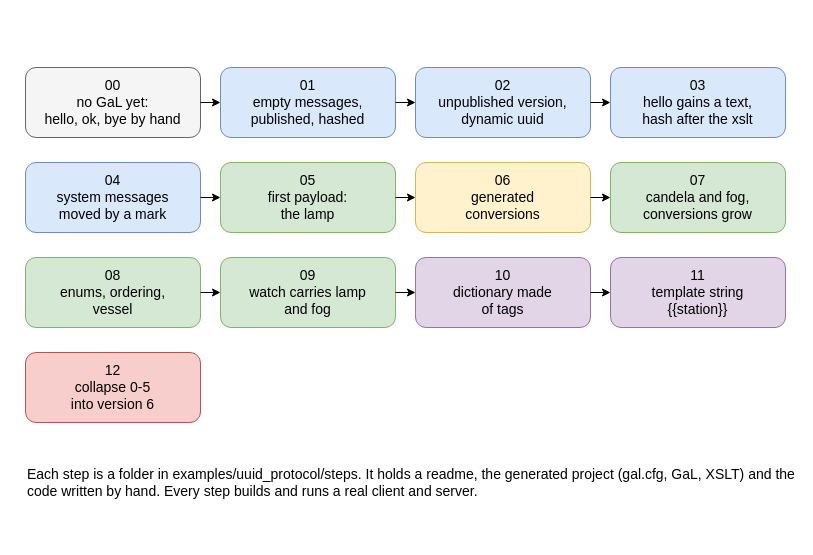
Earlier version of the draw.io diagram drawio/22_uuid_steps.drawio (goloveshin/galimatron_doc). Source tidied: cells renumbered, new cells numbered last; positions are measured from the earlier drawing's top-left corner, leaving out a move shared by most shapes. Both pictures are drawn from the tidied source at 100%, with x=0, y=0 at pixel (25, 67).
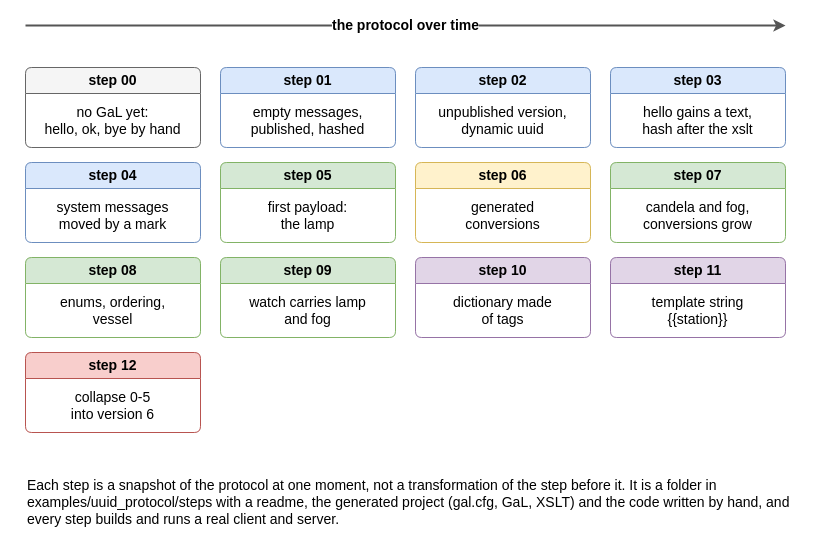
After the change.

The edit, as a diff of the source:
```diff
@@
+    <mxCell id="25" value="the protocol over time" style="endArrow=classic;html=1;strokeWidth=2;strokeColor=#555555;labelBackgroundColor=#ffffff;fontSize=14;fontStyle=1;edgeStyle=none;" parent="1" edge="1">
+      <mxGeometry relative="1" as="geometry">
+        <mxPoint y="-42" as="sourcePoint" />
+        <mxPoint x="760" y="-42" as="targetPoint" />
+      </mxGeometry>
+    </mxCell>
-    <mxCell id="2" value="00&lt;br&gt;no GaL yet:&lt;br&gt;hello, ok, bye by hand" style="rounded=1;whiteSpace=wrap;html=1;fillColor=#f5f5f5;strokeColor=#666666;fontSize=14;" parent="1" vertex="1">
-      <mxGeometry width="175" height="70" as="geometry" />
+    <mxCell id="2" value="step 00" style="swimlane;whiteSpace=wrap;html=1;rounded=1;arcSize=8;startSize=26;fillColor=#f5f5f5;strokeColor=#666666;swimlaneFillColor=#ffffff;fontStyle=1;fontSize=14;align=center;" parent="1" vertex="1">
+      <mxGeometry width="175" height="80" as="geometry" />
     </mxCell>
+    <mxCell id="26" value="no GaL yet:&lt;br&gt;hello, ok, bye by hand" style="text;html=1;whiteSpace=wrap;verticalAlign=middle;align=center;fontSize=14;" parent="2" vertex="1">
+      <mxGeometry y="26" width="175" height="54" as="geometry" />
+    </mxCell>
-    <mxCell id="3" value="01&lt;br&gt;empty messages,&lt;br&gt;published, hashed" style="rounded=1;whiteSpace=wrap;html=1;fillColor=#dae8fc;strokeColor=#6c8ebf;fontSize=14;" parent="1" vertex="1">
-      <mxGeometry x="195" width="175" height="70" as="geometry" />
+    <mxCell id="3" value="step 01" style="swimlane;whiteSpace=wrap;html=1;rounded=1;arcSize=8;startSize=26;fillColor=#dae8fc;strokeColor=#6c8ebf;swimlaneFillColor=#ffffff;fontStyle=1;fontSize=14;align=center;" parent="1" vertex="1">
+      <mxGeometry x="195" width="175" height="80" as="geometry" />
     </mxCell>
+    <mxCell id="27" value="empty messages,&lt;br&gt;published, hashed" style="text;html=1;whiteSpace=wrap;verticalAlign=middle;align=center;fontSize=14;" parent="3" vertex="1">
+      <mxGeometry y="26" width="175" height="54" as="geometry" />
+    </mxCell>
-    <mxCell id="4" value="02&lt;br&gt;unpublished version,&lt;br&gt;dynamic uuid" style="rounded=1;whiteSpace=wrap;html=1;fillColor=#dae8fc;strokeColor=#6c8ebf;fontSize=14;" parent="1" vertex="1">
-      <mxGeometry x="390" width="175" height="70" as="geometry" />
+    <mxCell id="4" value="step 02" style="swimlane;whiteSpace=wrap;html=1;rounded=1;arcSize=8;startSize=26;fillColor=#dae8fc;strokeColor=#6c8ebf;swimlaneFillColor=#ffffff;fontStyle=1;fontSize=14;align=center;" parent="1" vertex="1">
+      <mxGeometry x="390" width="175" height="80" as="geometry" />
     </mxCell>
+    <mxCell id="28" value="unpublished version,&lt;br&gt;dynamic uuid" style="text;html=1;whiteSpace=wrap;verticalAlign=middle;align=center;fontSize=14;" parent="4" vertex="1">
+      <mxGeometry y="26" width="175" height="54" as="geometry" />
+    </mxCell>
-    <mxCell id="5" value="03&lt;br&gt;hello gains a text,&lt;br&gt;hash after the xslt" style="rounded=1;whiteSpace=wrap;html=1;fillColor=#dae8fc;strokeColor=#6c8ebf;fontSize=14;" parent="1" vertex="1">
-      <mxGeometry x="585" width="175" height="70" as="geometry" />
+    <mxCell id="5" value="step 03" style="swimlane;whiteSpace=wrap;html=1;rounded=1;arcSize=8;startSize=26;fillColor=#dae8fc;strokeColor=#6c8ebf;swimlaneFillColor=#ffffff;fontStyle=1;fontSize=14;align=center;" parent="1" vertex="1">
+      <mxGeometry x="585" width="175" height="80" as="geometry" />
     </mxCell>
+    <mxCell id="29" value="hello gains a text,&lt;br&gt;hash after the xslt" style="text;html=1;whiteSpace=wrap;verticalAlign=middle;align=center;fontSize=14;" parent="5" vertex="1">
+      <mxGeometry y="26" width="175" height="54" as="geometry" />
+    </mxCell>
-    <mxCell id="6" value="04&lt;br&gt;system messages&lt;br&gt;moved by a mark" style="rounded=1;whiteSpace=wrap;html=1;fillColor=#dae8fc;strokeColor=#6c8ebf;fontSize=14;" parent="1" vertex="1">
-      <mxGeometry y="95" width="175" height="70" as="geometry" />
+    <mxCell id="6" value="step 04" style="swimlane;whiteSpace=wrap;html=1;rounded=1;arcSize=8;startSize=26;fillColor=#dae8fc;strokeColor=#6c8ebf;swimlaneFillColor=#ffffff;fontStyle=1;fontSize=14;align=center;" parent="1" vertex="1">
+      <mxGeometry y="95" width="175" height="80" as="geometry" />
     </mxCell>
+    <mxCell id="30" value="system messages&lt;br&gt;moved by a mark" style="text;html=1;whiteSpace=wrap;verticalAlign=middle;align=center;fontSize=14;" parent="6" vertex="1">
+      <mxGeometry y="26" width="175" height="54" as="geometry" />
+    </mxCell>
-    <mxCell id="7" value="05&lt;br&gt;first payload:&lt;br&gt;the lamp" style="rounded=1;whiteSpace=wrap;html=1;fillColor=#d5e8d4;strokeColor=#82b366;fontSize=14;" parent="1" vertex="1">
-      <mxGeometry x="195" y="95" width="175" height="70" as="geometry" />
+    <mxCell id="7" value="step 05" style="swimlane;whiteSpace=wrap;html=1;rounded=1;arcSize=8;startSize=26;fillColor=#d5e8d4;strokeColor=#82b366;swimlaneFillColor=#ffffff;fontStyle=1;fontSize=14;align=center;" parent="1" vertex="1">
+      <mxGeometry x="195" y="95" width="175" height="80" as="geometry" />
     </mxCell>
+    <mxCell id="31" value="first payload:&lt;br&gt;the lamp" style="text;html=1;whiteSpace=wrap;verticalAlign=middle;align=center;fontSize=14;" parent="7" vertex="1">
+      <mxGeometry y="26" width="175" height="54" as="geometry" />
+    </mxCell>
-    <mxCell id="8" value="06&lt;br&gt;generated&lt;br&gt;conversions" style="rounded=1;whiteSpace=wrap;html=1;fillColor=#fff2cc;strokeColor=#d6b656;fontSize=14;" parent="1" vertex="1">
-      <mxGeometry x="390" y="95" width="175" height="70" as="geometry" />
+    <mxCell id="8" value="step 06" style="swimlane;whiteSpace=wrap;html=1;rounded=1;arcSize=8;startSize=26;fillColor=#fff2cc;strokeColor=#d6b656;swimlaneFillColor=#ffffff;fontStyle=1;fontSize=14;align=center;" parent="1" vertex="1">
+      <mxGeometry x="390" y="95" width="175" height="80" as="geometry" />
     </mxCell>
+    <mxCell id="32" value="generated&lt;br&gt;conversions" style="text;html=1;whiteSpace=wrap;verticalAlign=middle;align=center;fontSize=14;" parent="8" vertex="1">
+      <mxGeometry y="26" width="175" height="54" as="geometry" />
+    </mxCell>
-    <mxCell id="9" value="07&lt;br&gt;candela and fog,&lt;br&gt;conversions grow" style="rounded=1;whiteSpace=wrap;html=1;fillColor=#d5e8d4;strokeColor=#82b366;fontSize=14;" parent="1" vertex="1">
-      <mxGeometry x="585" y="95" width="175" height="70" as="geometry" />
+    <mxCell id="9" value="step 07" style="swimlane;whiteSpace=wrap;html=1;rounded=1;arcSize=8;startSize=26;fillColor=#d5e8d4;strokeColor=#82b366;swimlaneFillColor=#ffffff;fontStyle=1;fontSize=14;align=center;" parent="1" vertex="1">
+      <mxGeometry x="585" y="95" width="175" height="80" as="geometry" />
     </mxCell>
+    <mxCell id="33" value="candela and fog,&lt;br&gt;conversions grow" style="text;html=1;whiteSpace=wrap;verticalAlign=middle;align=center;fontSize=14;" parent="9" vertex="1">
+      <mxGeometry y="26" width="175" height="54" as="geometry" />
+    </mxCell>
-    <mxCell id="10" value="08&lt;br&gt;enums, ordering,&lt;br&gt;vessel" style="rounded=1;whiteSpace=wrap;html=1;fillColor=#d5e8d4;strokeColor=#82b366;fontSize=14;" parent="1" vertex="1">
-      <mxGeometry y="190" width="175" height="70" as="geometry" />
+    <mxCell id="10" value="step 08" style="swimlane;whiteSpace=wrap;html=1;rounded=1;arcSize=8;startSize=26;fillColor=#d5e8d4;strokeColor=#82b366;swimlaneFillColor=#ffffff;fontStyle=1;fontSize=14;align=center;" parent="1" vertex="1">
+      <mxGeometry y="190" width="175" height="80" as="geometry" />
     </mxCell>
+    <mxCell id="34" value="enums, ordering,&lt;br&gt;vessel" style="text;html=1;whiteSpace=wrap;verticalAlign=middle;align=center;fontSize=14;" parent="10" vertex="1">
+      <mxGeometry y="26" width="175" height="54" as="geometry" />
+    </mxCell>
-    <mxCell id="11" value="09&lt;br&gt;watch carries lamp&lt;br&gt;and fog" style="rounded=1;whiteSpace=wrap;html=1;fillColor=#d5e8d4;strokeColor=#82b366;fontSize=14;" parent="1" vertex="1">
-      <mxGeometry x="195" y="190" width="175" height="70" as="geometry" />
+    <mxCell id="11" value="step 09" style="swimlane;whiteSpace=wrap;html=1;rounded=1;arcSize=8;startSize=26;fillColor=#d5e8d4;strokeColor=#82b366;swimlaneFillColor=#ffffff;fontStyle=1;fontSize=14;align=center;" parent="1" vertex="1">
+      <mxGeometry x="195" y="190" width="175" height="80" as="geometry" />
     </mxCell>
+    <mxCell id="35" value="watch carries lamp&lt;br&gt;and fog" style="text;html=1;whiteSpace=wrap;verticalAlign=middle;align=center;fontSize=14;" parent="11" vertex="1">
+      <mxGeometry y="26" width="175" height="54" as="geometry" />
+    </mxCell>
-    <mxCell id="12" value="10&lt;br&gt;dictionary made&lt;br&gt;of tags" style="rounded=1;whiteSpace=wrap;html=1;fillColor=#e1d5e7;strokeColor=#9673a6;fontSize=14;" parent="1" vertex="1">
-      <mxGeometry x="390" y="190" width="175" height="70" as="geometry" />
+    <mxCell id="12" value="step 10" style="swimlane;whiteSpace=wrap;html=1;rounded=1;arcSize=8;startSize=26;fillColor=#e1d5e7;strokeColor=#9673a6;swimlaneFillColor=#ffffff;fontStyle=1;fontSize=14;align=center;" parent="1" vertex="1">
+      <mxGeometry x="390" y="190" width="175" height="80" as="geometry" />
     </mxCell>
+    <mxCell id="36" value="dictionary made&lt;br&gt;of tags" style="text;html=1;whiteSpace=wrap;verticalAlign=middle;align=center;fontSize=14;" parent="12" vertex="1">
+      <mxGeometry y="26" width="175" height="54" as="geometry" />
+    </mxCell>
-    <mxCell id="13" value="11&lt;br&gt;template string&lt;br&gt;{{station}}" style="rounded=1;whiteSpace=wrap;html=1;fillColor=#e1d5e7;strokeColor=#9673a6;fontSize=14;" parent="1" vertex="1">
-      <mxGeometry x="585" y="190" width="175" height="70" as="geometry" />
+    <mxCell id="13" value="step 11" style="swimlane;whiteSpace=wrap;html=1;rounded=1;arcSize=8;startSize=26;fillColor=#e1d5e7;strokeColor=#9673a6;swimlaneFillColor=#ffffff;fontStyle=1;fontSize=14;align=center;" parent="1" vertex="1">
+      <mxGeometry x="585" y="190" width="175" height="80" as="geometry" />
     </mxCell>
+    <mxCell id="37" value="template string&lt;br&gt;{{station}}" style="text;html=1;whiteSpace=wrap;verticalAlign=middle;align=center;fontSize=14;" parent="13" vertex="1">
+      <mxGeometry y="26" width="175" height="54" as="geometry" />
+    </mxCell>
-    <mxCell id="14" value="12&lt;br&gt;collapse 0-5&lt;br&gt;into version 6" style="rounded=1;whiteSpace=wrap;html=1;fillColor=#f8cecc;strokeColor=#b85450;fontSize=14;" parent="1" vertex="1">
-      <mxGeometry y="285" width="175" height="70" as="geometry" />
+    <mxCell id="14" value="step 12" style="swimlane;whiteSpace=wrap;html=1;rounded=1;arcSize=8;startSize=26;fillColor=#f8cecc;strokeColor=#b85450;swimlaneFillColor=#ffffff;fontStyle=1;fontSize=14;align=center;" parent="1" vertex="1">
+      <mxGeometry y="285" width="175" height="80" as="geometry" />
     </mxCell>
-    <mxCell id="15" style="endArrow=classic;html=1;labelBackgroundColor=#ffffff;edgeStyle=none;" parent="1" edge="1" source="2" target="3">
-      <mxGeometry relative="1" as="geometry" />
-    </mxCell>
-    <mxCell id="16" style="endArrow=classic;html=1;labelBackgroundColor=#ffffff;edgeStyle=none;" parent="1" edge="1" source="3" target="4">
-      <mxGeometry relative="1" as="geometry" />
-    </mxCell>
-    <mxCell id="17" style="endArrow=classic;html=1;labelBackgroundColor=#ffffff;edgeStyle=none;" parent="1" edge="1" source="4" target="5">
-      <mxGeometry relative="1" as="geometry" />
-    </mxCell>
-    <mxCell id="18" style="endArrow=classic;html=1;labelBackgroundColor=#ffffff;edgeStyle=none;" parent="1" edge="1" source="6" target="7">
-      <mxGeometry relative="1" as="geometry" />
-    </mxCell>
-    <mxCell id="19" style="endArrow=classic;html=1;labelBackgroundColor=#ffffff;edgeStyle=none;" parent="1" edge="1" source="7" target="8">
-      <mxGeometry relative="1" as="geometry" />
-    </mxCell>
-    <mxCell id="20" style="endArrow=classic;html=1;labelBackgroundColor=#ffffff;edgeStyle=none;" parent="1" edge="1" source="8" target="9">
-      <mxGeometry relative="1" as="geometry" />
-    </mxCell>
-    <mxCell id="21" style="endArrow=classic;html=1;labelBackgroundColor=#ffffff;edgeStyle=none;" parent="1" edge="1" source="10" target="11">
-      <mxGeometry relative="1" as="geometry" />
-    </mxCell>
-    <mxCell id="22" style="endArrow=classic;html=1;labelBackgroundColor=#ffffff;edgeStyle=none;" parent="1" edge="1" source="11" target="12">
-      <mxGeometry relative="1" as="geometry" />
-    </mxCell>
-    <mxCell id="23" style="endArrow=classic;html=1;labelBackgroundColor=#ffffff;edgeStyle=none;" parent="1" edge="1" source="12" target="13">
-      <mxGeometry relative="1" as="geometry" />
-    </mxCell>
+    <mxCell id="38" value="collapse 0-5&lt;br&gt;into version 6" style="text;html=1;whiteSpace=wrap;verticalAlign=middle;align=center;fontSize=14;" parent="14" vertex="1">
+      <mxGeometry y="26" width="175" height="54" as="geometry" />
+    </mxCell>
-    <mxCell id="24" value="Each step is a folder in examples/uuid_protocol/steps. It holds a readme, the generated project (gal.cfg, GaL, XSLT) and the code written by hand. Every step builds and runs a real client and server." style="text;html=1;whiteSpace=wrap;verticalAlign=middle;align=left;fontSize=14;" parent="1" vertex="1">
-      <mxGeometry y="380" width="770" height="70" as="geometry" />
+    <mxCell id="24" value="Each step is a snapshot of the protocol at one moment, not a transformation of the step before it. It is a folder in examples/uuid_protocol/steps with a readme, the generated project (gal.cfg, GaL, XSLT) and the code written by hand, and every step builds and runs a real client and server." style="text;html=1;whiteSpace=wrap;verticalAlign=middle;align=left;fontSize=14;" parent="1" vertex="1">
+      <mxGeometry y="400" width="770" height="70" as="geometry" />
     </mxCell>
```
